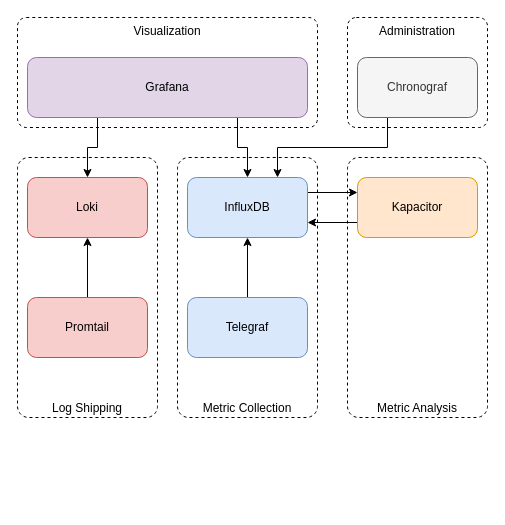
The draw.io diagram 100_monitoring/o11y/o11y.drawio in nicholasdille/container-slides, before the edit. Source tidied: cells renumbered, new cells numbered last; positions are measured from the earlier drawing's top-left corner, leaving out a move shared by most shapes. Both pictures are drawn from the tidied source at 100%, with x=0, y=0 at pixel (17, 17).
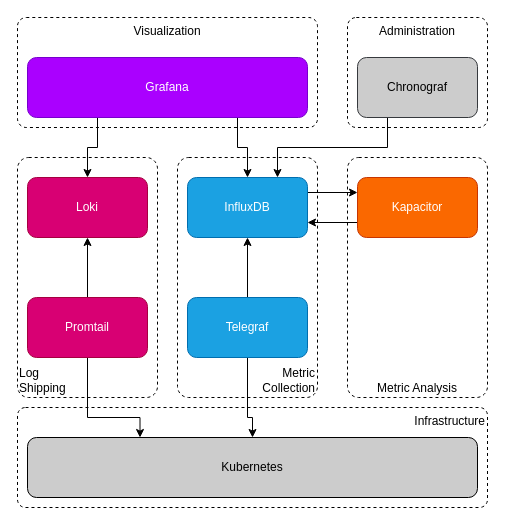
After the change.

Diff of the diagram source:
```diff
@@
+    <mxCell id="21" value="Infrastructure" style="rounded=1;whiteSpace=wrap;html=1;arcSize=8;fillColor=none;dashed=1;verticalAlign=top;strokeColor=#000000;align=right;" parent="1" vertex="1">
+      <mxGeometry y="390" width="470" height="100" as="geometry" />
+    </mxCell>
-    <mxCell id="2" value="Log Shipping" style="rounded=1;whiteSpace=wrap;html=1;arcSize=8;fillColor=none;dashed=1;verticalAlign=bottom;" parent="1" vertex="1">
-      <mxGeometry y="140" width="140" height="260" as="geometry" />
+    <mxCell id="2" value="Log&lt;br&gt;Shipping" style="rounded=1;whiteSpace=wrap;html=1;arcSize=8;fillColor=none;dashed=1;verticalAlign=bottom;strokeColor=#000000;align=left;" parent="1" vertex="1">
+      <mxGeometry y="140" width="140" height="240" as="geometry" />
     </mxCell>
-    <mxCell id="3" value="Metric Collection" style="rounded=1;whiteSpace=wrap;html=1;arcSize=8;fillColor=none;dashed=1;verticalAlign=bottom;" parent="1" vertex="1">
-      <mxGeometry x="160" y="140" width="140" height="260" as="geometry" />
+    <mxCell id="3" value="Metric&lt;br&gt;Collection" style="rounded=1;whiteSpace=wrap;html=1;arcSize=8;fillColor=none;dashed=1;verticalAlign=bottom;strokeColor=#000000;align=right;" parent="1" vertex="1">
+      <mxGeometry x="160" y="140" width="140" height="240" as="geometry" />
     </mxCell>
-    <mxCell id="4" value="Metric Analysis" style="rounded=1;whiteSpace=wrap;html=1;arcSize=8;fillColor=none;dashed=1;verticalAlign=bottom;" parent="1" vertex="1">
-      <mxGeometry x="330" y="140" width="140" height="260" as="geometry" />
+    <mxCell id="4" value="Metric Analysis" style="rounded=1;whiteSpace=wrap;html=1;arcSize=8;fillColor=none;dashed=1;verticalAlign=bottom;strokeColor=#000000;" parent="1" vertex="1">
+      <mxGeometry x="330" y="140" width="140" height="240" as="geometry" />
     </mxCell>
-    <mxCell id="5" value="Visualization" style="rounded=1;whiteSpace=wrap;html=1;arcSize=8;fillColor=none;dashed=1;verticalAlign=top;" parent="1" vertex="1">
+    <mxCell id="5" value="Visualization" style="rounded=1;whiteSpace=wrap;html=1;arcSize=8;fillColor=none;dashed=1;verticalAlign=top;strokeColor=#000000;" parent="1" vertex="1">
       <mxGeometry width="300" height="110" as="geometry" />
     </mxCell>
-    <mxCell id="6" value="Administration" style="rounded=1;whiteSpace=wrap;html=1;arcSize=8;fillColor=none;dashed=1;verticalAlign=top;" parent="1" vertex="1">
+    <mxCell id="6" value="Administration" style="rounded=1;whiteSpace=wrap;html=1;arcSize=8;fillColor=none;dashed=1;verticalAlign=top;strokeColor=#000000;" parent="1" vertex="1">
       <mxGeometry x="330" width="140" height="110" as="geometry" />
     </mxCell>
-    <mxCell id="7" style="edgeStyle=orthogonalEdgeStyle;rounded=0;jettySize=auto;html=1;exitX=1;exitY=0.25;exitDx=0;exitDy=0;entryX=0;entryY=0.25;entryDx=0;entryDy=0;" parent="1" edge="1" source="8" target="18">
+    <mxCell id="7" style="edgeStyle=orthogonalEdgeStyle;rounded=0;jettySize=auto;html=1;exitX=1;exitY=0.25;exitDx=0;exitDy=0;entryX=0;entryY=0.25;entryDx=0;entryDy=0;strokeColor=#000000;" parent="1" edge="1" source="8" target="18">
       <mxGeometry relative="1" as="geometry" />
     </mxCell>
-    <mxCell id="8" value="InfluxDB" style="rounded=1;whiteSpace=wrap;html=1;fillColor=#dae8fc;strokeColor=#6c8ebf;" parent="1" vertex="1">
+    <mxCell id="8" value="InfluxDB" style="rounded=1;whiteSpace=wrap;html=1;fillColor=#1ba1e2;strokeColor=#006EAF;fontColor=#ffffff;" parent="1" vertex="1">
       <mxGeometry x="170" y="160" width="120" height="60" as="geometry" />
     </mxCell>
-    <mxCell id="9" value="Loki" style="rounded=1;whiteSpace=wrap;html=1;fillColor=#f8cecc;strokeColor=#b85450;" parent="1" vertex="1">
+    <mxCell id="9" value="Loki" style="rounded=1;whiteSpace=wrap;html=1;fillColor=#d80073;strokeColor=#A50040;fontColor=#ffffff;" parent="1" vertex="1">
       <mxGeometry x="10" y="160" width="120" height="60" as="geometry" />
     </mxCell>
-    <mxCell id="10" style="edgeStyle=orthogonalEdgeStyle;rounded=0;jettySize=auto;html=1;" parent="1" edge="1" source="11" target="8">
+    <mxCell id="10" style="edgeStyle=orthogonalEdgeStyle;rounded=0;jettySize=auto;html=1;strokeColor=#000000;" parent="1" edge="1" source="11" target="8">
       <mxGeometry relative="1" as="geometry" />
     </mxCell>
+    <mxCell id="22" style="edgeStyle=orthogonalEdgeStyle;rounded=0;jettySize=auto;html=1;exitX=0.5;exitY=1;exitDx=0;exitDy=0;entryX=0.5;entryY=0;entryDx=0;entryDy=0;strokeColor=#000000;fontColor=#000000;" parent="1" edge="1" source="11" target="24">
+      <mxGeometry relative="1" as="geometry">
+        <Array as="points">
+          <mxPoint x="230" y="400" />
+          <mxPoint x="235" y="400" />
+        </Array>
+      </mxGeometry>
+    </mxCell>
-    <mxCell id="11" value="Telegraf" style="rounded=1;whiteSpace=wrap;html=1;fillColor=#dae8fc;strokeColor=#6c8ebf;" parent="1" vertex="1">
+    <mxCell id="11" value="Telegraf" style="rounded=1;whiteSpace=wrap;html=1;fillColor=#1ba1e2;strokeColor=#006EAF;fontColor=#ffffff;" parent="1" vertex="1">
       <mxGeometry x="170" y="280" width="120" height="60" as="geometry" />
     </mxCell>
-    <mxCell id="12" style="edgeStyle=orthogonalEdgeStyle;rounded=0;jettySize=auto;html=1;" parent="1" edge="1" source="13" target="9">
+    <mxCell id="12" style="edgeStyle=orthogonalEdgeStyle;rounded=0;jettySize=auto;html=1;strokeColor=#000000;" parent="1" edge="1" source="13" target="9">
       <mxGeometry relative="1" as="geometry" />
     </mxCell>
+    <mxCell id="23" style="edgeStyle=orthogonalEdgeStyle;rounded=0;jettySize=auto;html=1;exitX=0.5;exitY=1;exitDx=0;exitDy=0;entryX=0.25;entryY=0;entryDx=0;entryDy=0;strokeColor=#000000;fontColor=#000000;" parent="1" edge="1" source="13" target="24">
+      <mxGeometry relative="1" as="geometry">
+        <Array as="points">
+          <mxPoint x="70" y="400" />
+          <mxPoint x="123" y="400" />
+        </Array>
+      </mxGeometry>
+    </mxCell>
-    <mxCell id="13" value="Promtail" style="rounded=1;whiteSpace=wrap;html=1;fillColor=#f8cecc;strokeColor=#b85450;" parent="1" vertex="1">
+    <mxCell id="13" value="Promtail" style="rounded=1;whiteSpace=wrap;html=1;fillColor=#d80073;strokeColor=#A50040;fontColor=#ffffff;" parent="1" vertex="1">
       <mxGeometry x="10" y="280" width="120" height="60" as="geometry" />
     </mxCell>
-    <mxCell id="14" style="edgeStyle=orthogonalEdgeStyle;rounded=0;jettySize=auto;html=1;exitX=0.25;exitY=1;exitDx=0;exitDy=0;" parent="1" edge="1" source="16" target="9">
+    <mxCell id="14" style="edgeStyle=orthogonalEdgeStyle;rounded=0;jettySize=auto;html=1;exitX=0.25;exitY=1;exitDx=0;exitDy=0;strokeColor=#000000;" parent="1" edge="1" source="16" target="9">
       <mxGeometry relative="1" as="geometry" />
     </mxCell>
-    <mxCell id="15" style="edgeStyle=orthogonalEdgeStyle;rounded=0;jettySize=auto;html=1;exitX=0.75;exitY=1;exitDx=0;exitDy=0;entryX=0.5;entryY=0;entryDx=0;entryDy=0;" parent="1" edge="1" source="16" target="8">
+    <mxCell id="15" style="edgeStyle=orthogonalEdgeStyle;rounded=0;jettySize=auto;html=1;exitX=0.75;exitY=1;exitDx=0;exitDy=0;entryX=0.5;entryY=0;entryDx=0;entryDy=0;strokeColor=#000000;" parent="1" edge="1" source="16" target="8">
       <mxGeometry relative="1" as="geometry" />
     </mxCell>
-    <mxCell id="16" value="Grafana" style="rounded=1;whiteSpace=wrap;html=1;fillColor=#e1d5e7;strokeColor=#9673a6;" parent="1" vertex="1">
+    <mxCell id="16" value="Grafana" style="rounded=1;whiteSpace=wrap;html=1;fillColor=#aa00ff;strokeColor=#7700CC;fontColor=#ffffff;" parent="1" vertex="1">
       <mxGeometry x="10" y="40" width="280" height="60" as="geometry" />
     </mxCell>
-    <mxCell id="17" style="edgeStyle=orthogonalEdgeStyle;rounded=0;jettySize=auto;html=1;exitX=0;exitY=0.75;exitDx=0;exitDy=0;entryX=1;entryY=0.75;entryDx=0;entryDy=0;" parent="1" edge="1" source="18" target="8">
+    <mxCell id="17" style="edgeStyle=orthogonalEdgeStyle;rounded=0;jettySize=auto;html=1;exitX=0;exitY=0.75;exitDx=0;exitDy=0;entryX=1;entryY=0.75;entryDx=0;entryDy=0;strokeColor=#000000;" parent="1" edge="1" source="18" target="8">
       <mxGeometry relative="1" as="geometry" />
     </mxCell>
-    <mxCell id="18" value="Kapacitor" style="rounded=1;whiteSpace=wrap;html=1;fillColor=#ffe6cc;strokeColor=#d79b00;" parent="1" vertex="1">
+    <mxCell id="18" value="Kapacitor" style="rounded=1;whiteSpace=wrap;html=1;fillColor=#fa6800;strokeColor=#C73500;fontColor=#ffffff;" parent="1" vertex="1">
       <mxGeometry x="340" y="160" width="120" height="60" as="geometry" />
     </mxCell>
-    <mxCell id="19" style="edgeStyle=orthogonalEdgeStyle;rounded=0;jettySize=auto;html=1;exitX=0.25;exitY=1;exitDx=0;exitDy=0;entryX=0.75;entryY=0;entryDx=0;entryDy=0;" parent="1" edge="1" source="20" target="8">
+    <mxCell id="19" style="edgeStyle=orthogonalEdgeStyle;rounded=0;jettySize=auto;html=1;exitX=0.25;exitY=1;exitDx=0;exitDy=0;entryX=0.75;entryY=0;entryDx=0;entryDy=0;strokeColor=#000000;" parent="1" edge="1" source="20" target="8">
       <mxGeometry relative="1" as="geometry" />
     </mxCell>
-    <mxCell id="20" value="Chronograf" style="rounded=1;whiteSpace=wrap;html=1;fillColor=#f5f5f5;strokeColor=#666666;fontColor=#333333;" parent="1" vertex="1">
+    <mxCell id="20" value="Chronograf" style="rounded=1;whiteSpace=wrap;html=1;fillColor=#CCCCCC;strokeColor=#36393d;" parent="1" vertex="1">
       <mxGeometry x="340" y="40" width="120" height="60" as="geometry" />
     </mxCell>
+    <mxCell id="24" value="Kubernetes" style="rounded=1;whiteSpace=wrap;html=1;fillColor=#CCCCCC;strokeColor=#000000;" parent="1" vertex="1">
+      <mxGeometry x="10" y="420" width="450" height="60" as="geometry" />
+    </mxCell>
```
